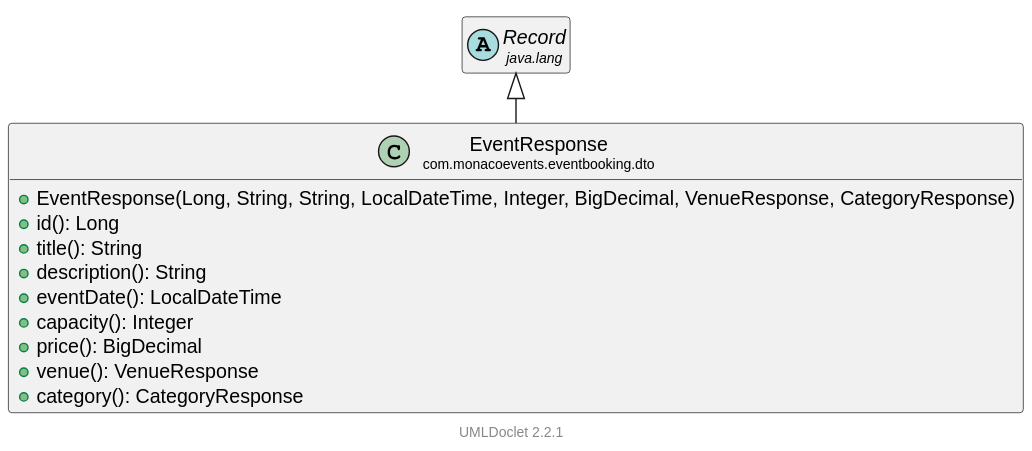
The PlantUML diagram docs/uml/com/monacoevents/eventbooking/dto/EventResponse.svg in LorisDrid/event-booking-api, before a commit.
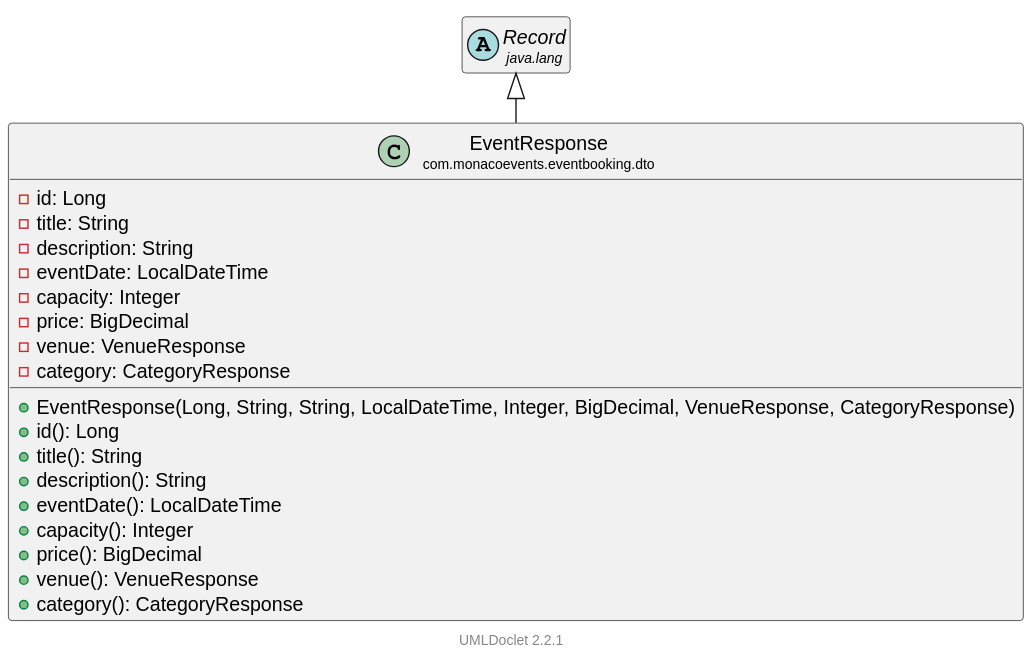
The same diagram one commit later.

What changed in the source:
```diff
@@ -8,6 +8,14 @@
     hide empty methods
 
     class "<size:14>EventResponse\n<size:10>com.monacoevents.eventbooking.dto" as com.monacoevents.eventbooking.dto.EventResponse [[..\..\..\..\..\..\target\reports\apidocs\com\monacoevents\eventbooking\dto\EventResponse.html]] {
+        -id: Long
+        -title: String
+        -description: String
+        -eventDate: LocalDateTime
+        -capacity: Integer
+        -price: BigDecimal
+        -venue: VenueResponse
+        -category: CategoryResponse
         +EventResponse(Long, String, String, LocalDateTime, Integer, BigDecimal, VenueResponse, CategoryResponse)
         +id(): Long
         +title(): String
```
